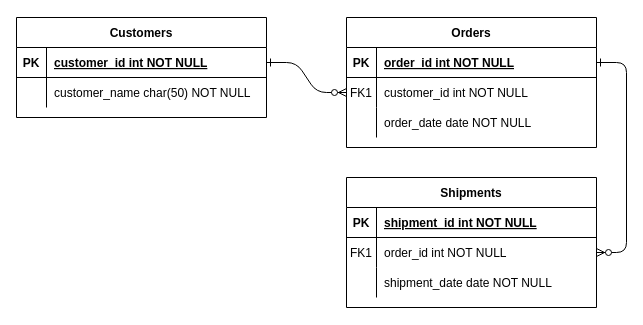
The draw.io diagram Diagrama sin título.drawio in HugoAlFus/Diagramas_Entidad-Relacion, before the edit. Source tidied: cells renumbered, new cells numbered last; positions are measured from the earlier drawing's top-left corner, leaving out a move shared by most shapes. Both pictures are drawn from the tidied source at 100%, with x=0, y=0 at pixel (16, 17).
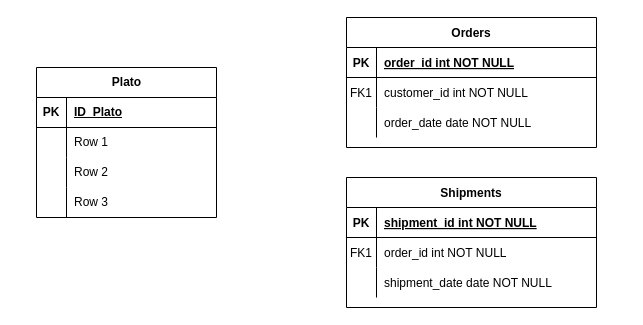
The same page after the edit.

Unchanged cells that the change refers to:
```xml
<mxCell id="5" style="shape=partialRectangle;fillColor=none;points=[[0,0.5],[1,0.5]];portConstraint=eastwest;top=0;left=0;right=0;bottom=1;" parent="4" vertex="1">
  <mxGeometry y="30" width="250" height="30" as="geometry" />
</mxCell>
<mxCell id="8" style="shape=partialRectangle;fillColor=none;points=[[0,0.5],[1,0.5]];portConstraint=eastwest;top=0;left=0;right=0;bottom=0;" parent="4" vertex="1">
  <mxGeometry y="60" width="250" height="30" as="geometry" />
</mxCell>
<mxCell id="18" style="shape=partialRectangle;fillColor=none;points=[[0,0.5],[1,0.5]];portConstraint=eastwest;top=0;left=0;right=0;bottom=0;" parent="14" vertex="1">
  <mxGeometry y="60" width="250" height="30" as="geometry" />
</mxCell>
```

Change to the diagram source:
```diff
@@
-    <mxCell id="2" style="edgeStyle=entityRelationEdgeStyle;endArrow=ERzeroToMany;startArrow=ERone;endFill=1;startFill=0;" parent="1" edge="1" source="25" target="8">
-      <mxGeometry relative="1" as="geometry" />
-    </mxCell>
-    <mxCell id="3" style="edgeStyle=entityRelationEdgeStyle;endArrow=ERzeroToMany;startArrow=ERone;endFill=1;startFill=0;" parent="1" edge="1" source="5" target="18">
-      <mxGeometry relative="1" as="geometry" />
-    </mxCell>
@@
-    <mxCell id="24" value="Customers" style="shape=table;startSize=30;childLayout=tableLayout;rowLines=0;fontStyle=1;align=center;" parent="1" vertex="1">
-      <mxGeometry width="250" height="100" as="geometry" />
-    </mxCell>
-    <mxCell id="25" style="shape=partialRectangle;fillColor=none;points=[[0,0.5],[1,0.5]];portConstraint=eastwest;top=0;left=0;right=0;bottom=1;" parent="24" vertex="1">
-      <mxGeometry y="30" width="250" height="30" as="geometry" />
-    </mxCell>
+    <mxCell id="31" value="Plato" style="shape=table;startSize=30;childLayout=tableLayout;rowLines=0;fontStyle=1;align=center;html=1;" parent="1" vertex="1">
+      <mxGeometry x="20" y="50" width="180" height="150" as="geometry" />
+    </mxCell>
+    <mxCell id="32" style="shape=tableRow;horizontal=0;startSize=0;swimlaneHead=0;swimlaneBody=0;fillColor=none;top=0;left=0;right=0;bottom=1;" parent="31" vertex="1">
+      <mxGeometry y="30" width="180" height="30" as="geometry" />
+    </mxCell>
-    <mxCell id="26" value="PK" style="shape=partialRectangle;overflow=hidden;fillColor=none;top=0;left=0;bottom=0;right=0;fontStyle=1;" parent="25" vertex="1">
+    <mxCell id="26" value="PK" style="shape=partialRectangle;fillColor=none;top=0;left=0;bottom=0;right=0;fontStyle=1;overflow=hidden;whiteSpace=wrap;html=1;" parent="32" vertex="1">
       <mxGeometry width="30" height="30" as="geometry" />
     </mxCell>
-    <mxCell id="27" value="customer_id int NOT NULL " style="shape=partialRectangle;overflow=hidden;fillColor=none;top=0;left=0;bottom=0;right=0;align=left;spacingLeft=6;fontStyle=5;" parent="25" vertex="1">
-      <mxGeometry x="30" width="220" height="30" as="geometry" />
-    </mxCell>
-    <mxCell id="28" style="shape=partialRectangle;fillColor=none;top=0;left=0;right=0;bottom=0;" parent="24" vertex="1">
-      <mxGeometry y="60" width="250" height="30" as="geometry" />
-    </mxCell>
-    <mxCell id="29" style="shape=partialRectangle;overflow=hidden;fillColor=none;top=0;left=0;bottom=0;right=0;" parent="28" vertex="1">
-      <mxGeometry width="30" height="30" as="geometry" />
-    </mxCell>
-    <mxCell id="30" value="customer_name char(50) NOT NULL" style="shape=partialRectangle;overflow=hidden;fillColor=none;top=0;left=0;bottom=0;right=0;align=left;spacingLeft=6;" parent="28" vertex="1">
-      <mxGeometry x="30" width="220" height="30" as="geometry" />
-    </mxCell>
+    <mxCell id="33" value="ID_Plato" style="shape=partialRectangle;fillColor=none;top=0;left=0;bottom=0;right=0;align=left;spacingLeft=6;fontStyle=5;overflow=hidden;whiteSpace=wrap;html=1;" parent="32" vertex="1">
+      <mxGeometry x="30" width="150" height="30" as="geometry" />
+    </mxCell>
+    <mxCell id="34" style="shape=tableRow;horizontal=0;startSize=0;swimlaneHead=0;swimlaneBody=0;fillColor=none;top=0;left=0;right=0;bottom=0;" parent="31" vertex="1">
+      <mxGeometry y="60" width="180" height="30" as="geometry" />
+    </mxCell>
+    <mxCell id="35" style="shape=partialRectangle;fillColor=none;top=0;left=0;bottom=0;right=0;overflow=hidden;whiteSpace=wrap;html=1;" parent="34" vertex="1">
+      <mxGeometry width="30" height="30" as="geometry" />
+    </mxCell>
+    <mxCell id="36" value="Row 1" style="shape=partialRectangle;fillColor=none;top=0;left=0;bottom=0;right=0;align=left;spacingLeft=6;overflow=hidden;whiteSpace=wrap;html=1;" parent="34" vertex="1">
+      <mxGeometry x="30" width="150" height="30" as="geometry" />
+    </mxCell>
+    <mxCell id="37" style="shape=tableRow;horizontal=0;startSize=0;swimlaneHead=0;swimlaneBody=0;fillColor=none;top=0;left=0;right=0;bottom=0;" parent="31" vertex="1">
+      <mxGeometry y="90" width="180" height="30" as="geometry" />
+    </mxCell>
+    <mxCell id="38" style="shape=partialRectangle;fillColor=none;top=0;left=0;bottom=0;right=0;overflow=hidden;whiteSpace=wrap;html=1;" parent="37" vertex="1">
+      <mxGeometry width="30" height="30" as="geometry" />
+    </mxCell>
+    <mxCell id="39" value="Row 2" style="shape=partialRectangle;fillColor=none;top=0;left=0;bottom=0;right=0;align=left;spacingLeft=6;overflow=hidden;whiteSpace=wrap;html=1;" parent="37" vertex="1">
+      <mxGeometry x="30" width="150" height="30" as="geometry" />
+    </mxCell>
+    <mxCell id="40" style="shape=tableRow;horizontal=0;startSize=0;swimlaneHead=0;swimlaneBody=0;fillColor=none;top=0;left=0;right=0;bottom=0;" parent="31" vertex="1">
+      <mxGeometry y="120" width="180" height="30" as="geometry" />
+    </mxCell>
+    <mxCell id="41" style="shape=partialRectangle;fillColor=none;top=0;left=0;bottom=0;right=0;overflow=hidden;whiteSpace=wrap;html=1;" parent="40" vertex="1">
+      <mxGeometry width="30" height="30" as="geometry" />
+    </mxCell>
+    <mxCell id="42" value="Row 3" style="shape=partialRectangle;fillColor=none;top=0;left=0;bottom=0;right=0;align=left;spacingLeft=6;overflow=hidden;whiteSpace=wrap;html=1;" parent="40" vertex="1">
+      <mxGeometry x="30" width="150" height="30" as="geometry" />
+    </mxCell>
```
